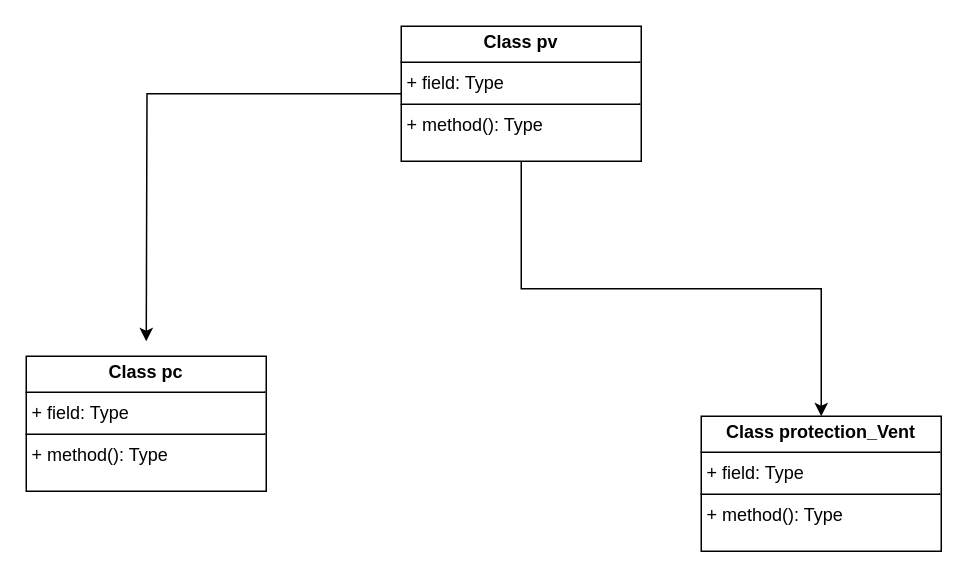
This is ventana-pared.drawio from Alfonso18Feb/Herencia, a draw.io file, before an edit. Source tidied: cells renumbered, new cells numbered last; positions are measured from the earlier drawing's top-left corner, leaving out a move shared by most shapes. Both pictures are drawn from the tidied source at 150%, with x=0, y=0 at pixel (26, 26).
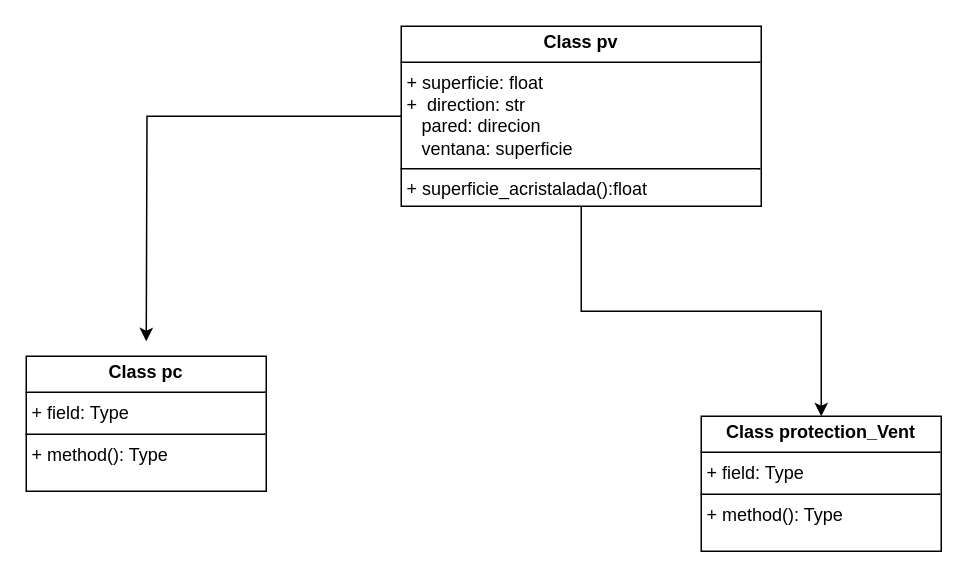
After the change.

The edit, as a diff of the source:
```diff
@@
 <mxGraphModel>
   <root>
     <mxCell id="0" />
     <mxCell id="1" parent="0" />
     <mxCell id="2" style="edgeStyle=orthogonalEdgeStyle;rounded=0;jettySize=auto;html=1;" parent="1" edge="1" source="4">
       <mxGeometry relative="1" as="geometry">
         <mxPoint x="80" y="210" as="targetPoint" />
       </mxGeometry>
     </mxCell>
     <mxCell id="3" style="edgeStyle=orthogonalEdgeStyle;rounded=0;jettySize=auto;html=1;exitX=0.5;exitY=1;exitDx=0;exitDy=0;entryX=0.5;entryY=0;entryDx=0;entryDy=0;" parent="1" edge="1" source="4" target="6">
       <mxGeometry relative="1" as="geometry" />
     </mxCell>
-    <mxCell id="4" value="&lt;p style=&quot;margin:0px;margin-top:4px;text-align:center;&quot;&gt;&lt;b&gt;Class pv&lt;/b&gt;&lt;/p&gt;&lt;hr size=&quot;1&quot; style=&quot;border-style:solid;&quot;&gt;&lt;p style=&quot;margin:0px;margin-left:4px;&quot;&gt;+ field: Type&lt;/p&gt;&lt;hr size=&quot;1&quot; style=&quot;border-style:solid;&quot;&gt;&lt;p style=&quot;margin:0px;margin-left:4px;&quot;&gt;+ method(): Type&lt;/p&gt;" style="verticalAlign=top;align=left;overflow=fill;html=1;whiteSpace=wrap;" parent="1" vertex="1">
-      <mxGeometry x="250" width="160" height="90" as="geometry" />
+    <mxCell id="4" value="&lt;p style=&quot;margin:0px;margin-top:4px;text-align:center;&quot;&gt;&lt;b&gt;Class pv&lt;/b&gt;&lt;/p&gt;&lt;hr size=&quot;1&quot; style=&quot;border-style:solid;&quot;&gt;&lt;p style=&quot;margin:0px;margin-left:4px;&quot;&gt;+ superficie: float&lt;/p&gt;&lt;p style=&quot;margin:0px;margin-left:4px;&quot;&gt;+&amp;nbsp; direction: str&lt;/p&gt;&lt;p style=&quot;margin:0px;margin-left:4px;&quot;&gt;&amp;nbsp; &amp;nbsp;pared: direcion&lt;/p&gt;&lt;p style=&quot;margin:0px;margin-left:4px;&quot;&gt;&amp;nbsp; &amp;nbsp;ventana: superficie&lt;/p&gt;&lt;hr size=&quot;1&quot; style=&quot;border-style:solid;&quot;&gt;&lt;p style=&quot;margin:0px;margin-left:4px;&quot;&gt;+ superficie_acristalada():float&lt;/p&gt;" style="verticalAlign=top;align=left;overflow=fill;html=1;whiteSpace=wrap;" parent="1" vertex="1">
+      <mxGeometry x="250" width="240" height="120" as="geometry" />
     </mxCell>
     <mxCell id="5" value="&lt;p style=&quot;margin:0px;margin-top:4px;text-align:center;&quot;&gt;&lt;b&gt;Class pc&lt;/b&gt;&lt;/p&gt;&lt;hr size=&quot;1&quot; style=&quot;border-style:solid;&quot;&gt;&lt;p style=&quot;margin:0px;margin-left:4px;&quot;&gt;+ field: Type&lt;/p&gt;&lt;hr size=&quot;1&quot; style=&quot;border-style:solid;&quot;&gt;&lt;p style=&quot;margin:0px;margin-left:4px;&quot;&gt;+ method(): Type&lt;/p&gt;" style="verticalAlign=top;align=left;overflow=fill;html=1;whiteSpace=wrap;" parent="1" vertex="1">
       <mxGeometry y="220" width="160" height="90" as="geometry" />
     </mxCell>
     <mxCell id="6" value="&lt;p style=&quot;margin:0px;margin-top:4px;text-align:center;&quot;&gt;&lt;b&gt;Class protection_Vent&lt;/b&gt;&lt;/p&gt;&lt;hr size=&quot;1&quot; style=&quot;border-style:solid;&quot;&gt;&lt;p style=&quot;margin:0px;margin-left:4px;&quot;&gt;+ field: Type&lt;/p&gt;&lt;hr size=&quot;1&quot; style=&quot;border-style:solid;&quot;&gt;&lt;p style=&quot;margin:0px;margin-left:4px;&quot;&gt;+ method(): Type&lt;/p&gt;" style="verticalAlign=top;align=left;overflow=fill;html=1;whiteSpace=wrap;" parent="1" vertex="1">
       <mxGeometry x="450" y="260" width="160" height="90" as="geometry" />
     </mxCell>
   </root>
 </mxGraphModel>
```
